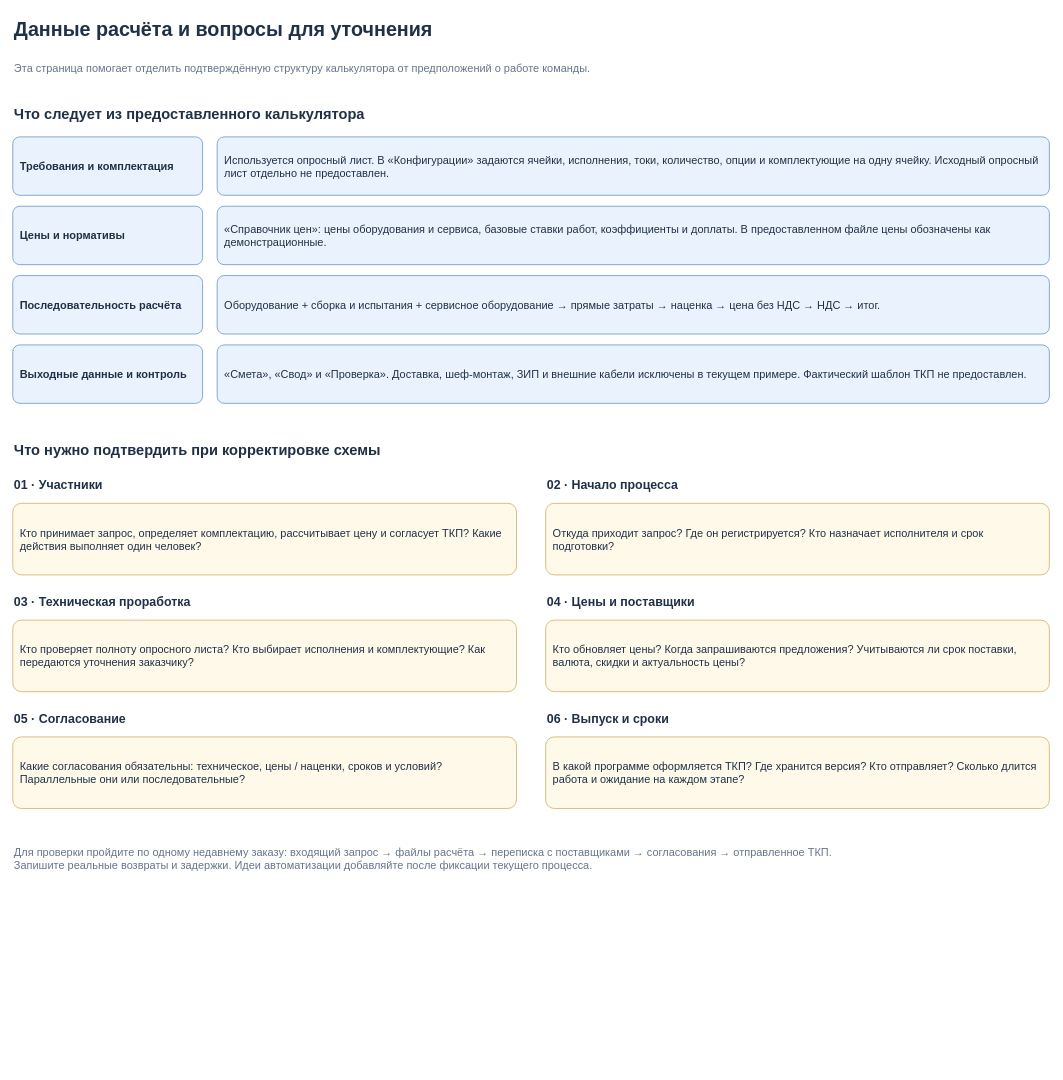
DennisPlotnikov/GPT keeps this draw.io diagram as page "03 Данные и уточнения" (3 of 3) of diagrams/tkp-process.drawio. Above is the earlier version. Source tidied: cells renumbered, new cells numbered last; positions are measured from the earlier drawing's top-left corner, leaving out a move shared by most shapes. Both pictures are drawn from the tidied source at 73%, with x=0, y=0 at pixel (12, 12).
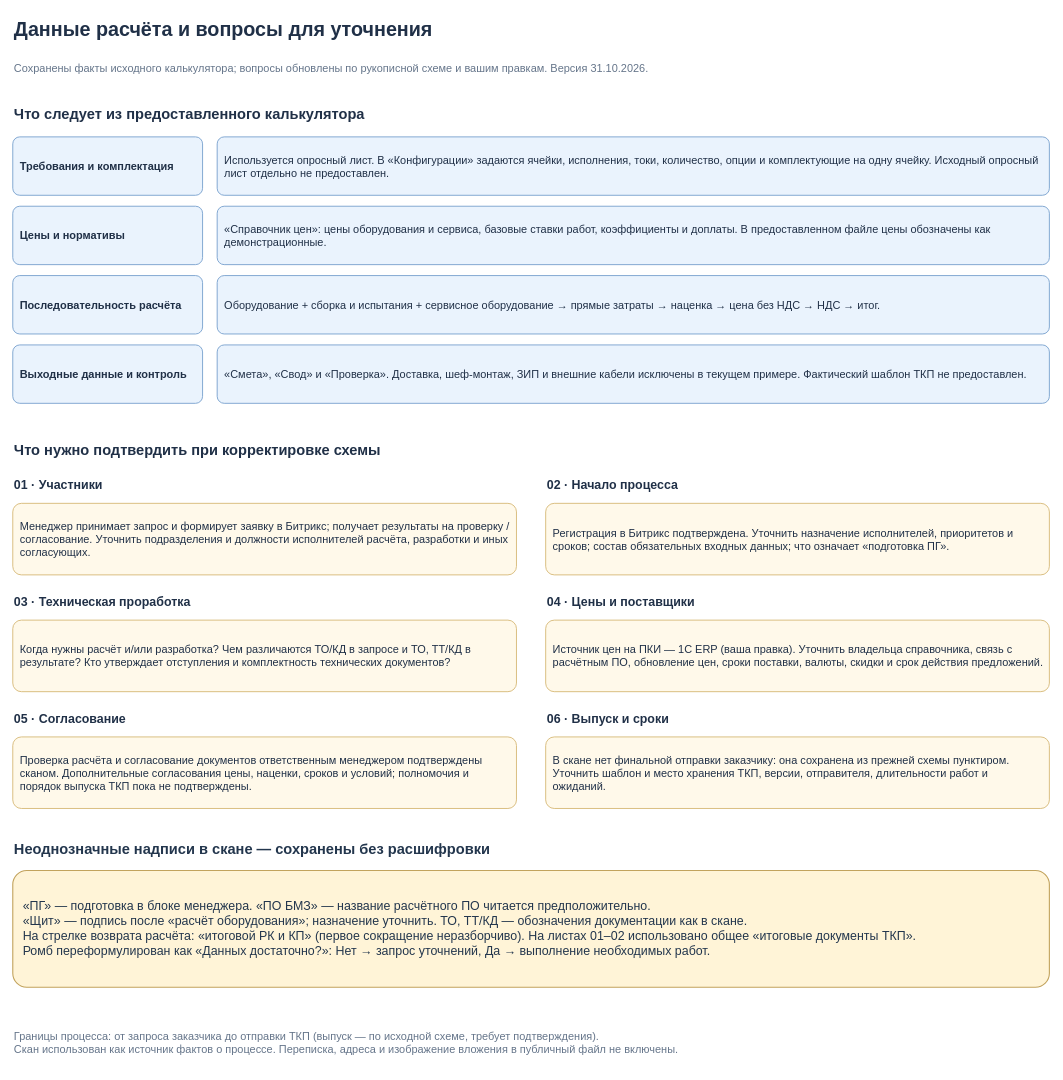
After the change.

Commit message (it also covers changes not shown here):
Обновить процесс ТКП по рукописной схеме: расчёт, разработка и возвраты

Change to the diagram source:
```diff
@@
-    <mxCell id="3" value="Эта страница помогает отделить подтверждённую структуру калькулятора от предположений о работе команды." style="text;html=0;strokeColor=none;fillColor=none;align=left;verticalAlign=middle;whiteSpace=wrap;fontFamily=Arial;fontColor=#203047;fontSize=15;fontColor=#65758A;" parent="1" vertex="1">
+    <mxCell id="3" value="Сохранены факты исходного калькулятора; вопросы обновлены по рукописной схеме и вашим правкам. Версия 31.10.2026." style="text;html=0;strokeColor=none;fillColor=none;align=left;verticalAlign=middle;whiteSpace=wrap;fontFamily=Arial;fontColor=#203047;fontSize=15;fontColor=#65758A;" parent="1" vertex="1">
       <mxGeometry y="57" width="1420" height="35" as="geometry" />
     </mxCell>
@@
-    <mxCell id="15" value="Кто принимает запрос, определяет комплектацию, рассчитывает цену и согласует ТКП? Какие действия выполняет один человек?" style="rounded=1;arcSize=12;whiteSpace=wrap;html=0;fontFamily=Arial;fontSize=15;fontColor=#203047;strokeColor=#A9B8C8;strokeWidth=1.3;fillColor=#FFFFFF;spacing=10;fillColor=#FFF9EA;strokeColor=#D8BC7C;align=left;" parent="1" vertex="1">
+    <mxCell id="15" value="Менеджер принимает запрос и формирует заявку в Битрикс; получает результаты на проверку / согласование. Уточнить подразделения и должности исполнителей расчёта, разработки и иных согласующих." style="rounded=1;arcSize=12;whiteSpace=wrap;html=0;fontFamily=Arial;fontSize=15;fontColor=#203047;strokeColor=#A9B8C8;strokeWidth=1.3;fillColor=#FFFFFF;spacing=10;fillColor=#FFF9EA;strokeColor=#D8BC7C;align=left;" parent="1" vertex="1">
       <mxGeometry y="672" width="690" height="98" as="geometry" />
     </mxCell>
@@
-    <mxCell id="17" value="Откуда приходит запрос? Где он регистрируется? Кто назначает исполнителя и срок подготовки?" style="rounded=1;arcSize=12;whiteSpace=wrap;html=0;fontFamily=Arial;fontSize=15;fontColor=#203047;strokeColor=#A9B8C8;strokeWidth=1.3;fillColor=#FFFFFF;spacing=10;fillColor=#FFF9EA;strokeColor=#D8BC7C;align=left;" parent="1" vertex="1">
+    <mxCell id="17" value="Регистрация в Битрикс подтверждена. Уточнить назначение исполнителей, приоритетов и сроков; состав обязательных входных данных; что означает «подготовка ПГ»." style="rounded=1;arcSize=12;whiteSpace=wrap;html=0;fontFamily=Arial;fontSize=15;fontColor=#203047;strokeColor=#A9B8C8;strokeWidth=1.3;fillColor=#FFFFFF;spacing=10;fillColor=#FFF9EA;strokeColor=#D8BC7C;align=left;" parent="1" vertex="1">
       <mxGeometry x="730" y="672" width="690" height="98" as="geometry" />
     </mxCell>
@@
-    <mxCell id="19" value="Кто проверяет полноту опросного листа? Кто выбирает исполнения и комплектующие? Как передаются уточнения заказчику?" style="rounded=1;arcSize=12;whiteSpace=wrap;html=0;fontFamily=Arial;fontSize=15;fontColor=#203047;strokeColor=#A9B8C8;strokeWidth=1.3;fillColor=#FFFFFF;spacing=10;fillColor=#FFF9EA;strokeColor=#D8BC7C;align=left;" parent="1" vertex="1">
+    <mxCell id="19" value="Когда нужны расчёт и/или разработка? Чем различаются ТО/КД в запросе и ТО, ТТ/КД в результате? Кто утверждает отступления и комплектность технических документов?" style="rounded=1;arcSize=12;whiteSpace=wrap;html=0;fontFamily=Arial;fontSize=15;fontColor=#203047;strokeColor=#A9B8C8;strokeWidth=1.3;fillColor=#FFFFFF;spacing=10;fillColor=#FFF9EA;strokeColor=#D8BC7C;align=left;" parent="1" vertex="1">
       <mxGeometry y="832" width="690" height="98" as="geometry" />
     </mxCell>
@@
-    <mxCell id="21" value="Кто обновляет цены? Когда запрашиваются предложения? Учитываются ли срок поставки, валюта, скидки и актуальность цены?" style="rounded=1;arcSize=12;whiteSpace=wrap;html=0;fontFamily=Arial;fontSize=15;fontColor=#203047;strokeColor=#A9B8C8;strokeWidth=1.3;fillColor=#FFFFFF;spacing=10;fillColor=#FFF9EA;strokeColor=#D8BC7C;align=left;" parent="1" vertex="1">
+    <mxCell id="21" value="Источник цен на ПКИ — 1С ERP (ваша правка). Уточнить владельца справочника, связь с расчётным ПО, обновление цен, сроки поставки, валюты, скидки и срок действия предложений." style="rounded=1;arcSize=12;whiteSpace=wrap;html=0;fontFamily=Arial;fontSize=15;fontColor=#203047;strokeColor=#A9B8C8;strokeWidth=1.3;fillColor=#FFFFFF;spacing=10;fillColor=#FFF9EA;strokeColor=#D8BC7C;align=left;" parent="1" vertex="1">
       <mxGeometry x="730" y="832" width="690" height="98" as="geometry" />
     </mxCell>
@@
-    <mxCell id="23" value="Какие согласования обязательны: техническое, цены / наценки, сроков и условий? Параллельные они или последовательные?" style="rounded=1;arcSize=12;whiteSpace=wrap;html=0;fontFamily=Arial;fontSize=15;fontColor=#203047;strokeColor=#A9B8C8;strokeWidth=1.3;fillColor=#FFFFFF;spacing=10;fillColor=#FFF9EA;strokeColor=#D8BC7C;align=left;" parent="1" vertex="1">
+    <mxCell id="23" value="Проверка расчёта и согласование документов ответственным менеджером подтверждены сканом. Дополнительные согласования цены, наценки, сроков и условий; полномочия и порядок выпуска ТКП пока не подтверждены." style="rounded=1;arcSize=12;whiteSpace=wrap;html=0;fontFamily=Arial;fontSize=15;fontColor=#203047;strokeColor=#A9B8C8;strokeWidth=1.3;fillColor=#FFFFFF;spacing=10;fillColor=#FFF9EA;strokeColor=#D8BC7C;align=left;" parent="1" vertex="1">
       <mxGeometry y="992" width="690" height="98" as="geometry" />
     </mxCell>
@@
-    <mxCell id="25" value="В какой программе оформляется ТКП? Где хранится версия? Кто отправляет? Сколько длится работа и ожидание на каждом этапе?" style="rounded=1;arcSize=12;whiteSpace=wrap;html=0;fontFamily=Arial;fontSize=15;fontColor=#203047;strokeColor=#A9B8C8;strokeWidth=1.3;fillColor=#FFFFFF;spacing=10;fillColor=#FFF9EA;strokeColor=#D8BC7C;align=left;" parent="1" vertex="1">
+    <mxCell id="25" value="В скане нет финальной отправки заказчику: она сохранена из прежней схемы пунктиром. Уточнить шаблон и место хранения ТКП, версии, отправителя, длительности работ и ожиданий." style="rounded=1;arcSize=12;whiteSpace=wrap;html=0;fontFamily=Arial;fontSize=15;fontColor=#203047;strokeColor=#A9B8C8;strokeWidth=1.3;fillColor=#FFFFFF;spacing=10;fillColor=#FFF9EA;strokeColor=#D8BC7C;align=left;" parent="1" vertex="1">
       <mxGeometry x="730" y="992" width="690" height="98" as="geometry" />
     </mxCell>
-    <mxCell id="26" value="Для проверки пройдите по одному недавнему заказу: входящий запрос → файлы расчёта → переписка с поставщиками → согласования → отправленное ТКП.&#10;Запишите реальные возвраты и задержки. Идеи автоматизации добавляйте после фиксации текущего процесса." style="text;html=0;strokeColor=none;fillColor=none;align=left;verticalAlign=middle;whiteSpace=wrap;fontFamily=Arial;fontColor=#203047;fontSize=15;fontColor=#65758A;" parent="1" vertex="1">
-      <mxGeometry y="1125" width="1420" height="65" as="geometry" />
+    <mxCell id="26" value="Границы процесса: от запроса заказчика до отправки ТКП (выпуск — по исходной схеме, требует подтверждения).&#10;Скан использован как источник фактов о процессе. Переписка, адреса и изображение вложения в публичный файл не включены." style="text;html=0;strokeColor=none;fillColor=none;align=left;verticalAlign=middle;whiteSpace=wrap;fontFamily=Arial;fontColor=#203047;fontSize=15;fontColor=#65758A;" parent="1" vertex="1">
+      <mxGeometry y="1375" width="1420" height="70" as="geometry" />
     </mxCell>
+    <mxCell id="27" value="Неоднозначные надписи в скане — сохранены без расшифровки" style="fontFamily=Arial;fontColor=#23364D;fontSize=18;whiteSpace=wrap;html=0;text;strokeColor=none;fillColor=none;align=left;verticalAlign=middle;fontSize=20;fontColor=#23364D;fontStyle=1;" parent="1" vertex="1">
+      <mxGeometry y="1125" width="1420" height="40" as="geometry" />
+    </mxCell>
+    <mxCell id="28" value="«ПГ» — подготовка в блоке менеджера. «ПО БМЗ» — название расчётного ПО читается предположительно.&#10;«Щит» — подпись после «расчёт оборудования»; назначение уточнить. ТО, ТТ/КД — обозначения документации как в скане.&#10;На стрелке возврата расчёта: «итоговой РК и КП» (первое сокращение неразборчиво). На листах 01–02 использовано общее «итоговые документы ТКП».&#10;Ромб переформулирован как «Данных достаточно?»: Нет → запрос уточнений, Да → выполнение необходимых работ." style="fontFamily=Arial;fontColor=#23364D;fontSize=18;whiteSpace=wrap;html=0;rounded=1;arcSize=12;strokeWidth=1.5;spacing=14;fillColor=#EAF3FD;strokeColor=#7DA4D0;fillColor=#FFF4D7;strokeColor=#C2A35D;align=left;fontSize=17;" parent="1" vertex="1">
+      <mxGeometry y="1175" width="1420" height="160" as="geometry" />
+    </mxCell>
```
